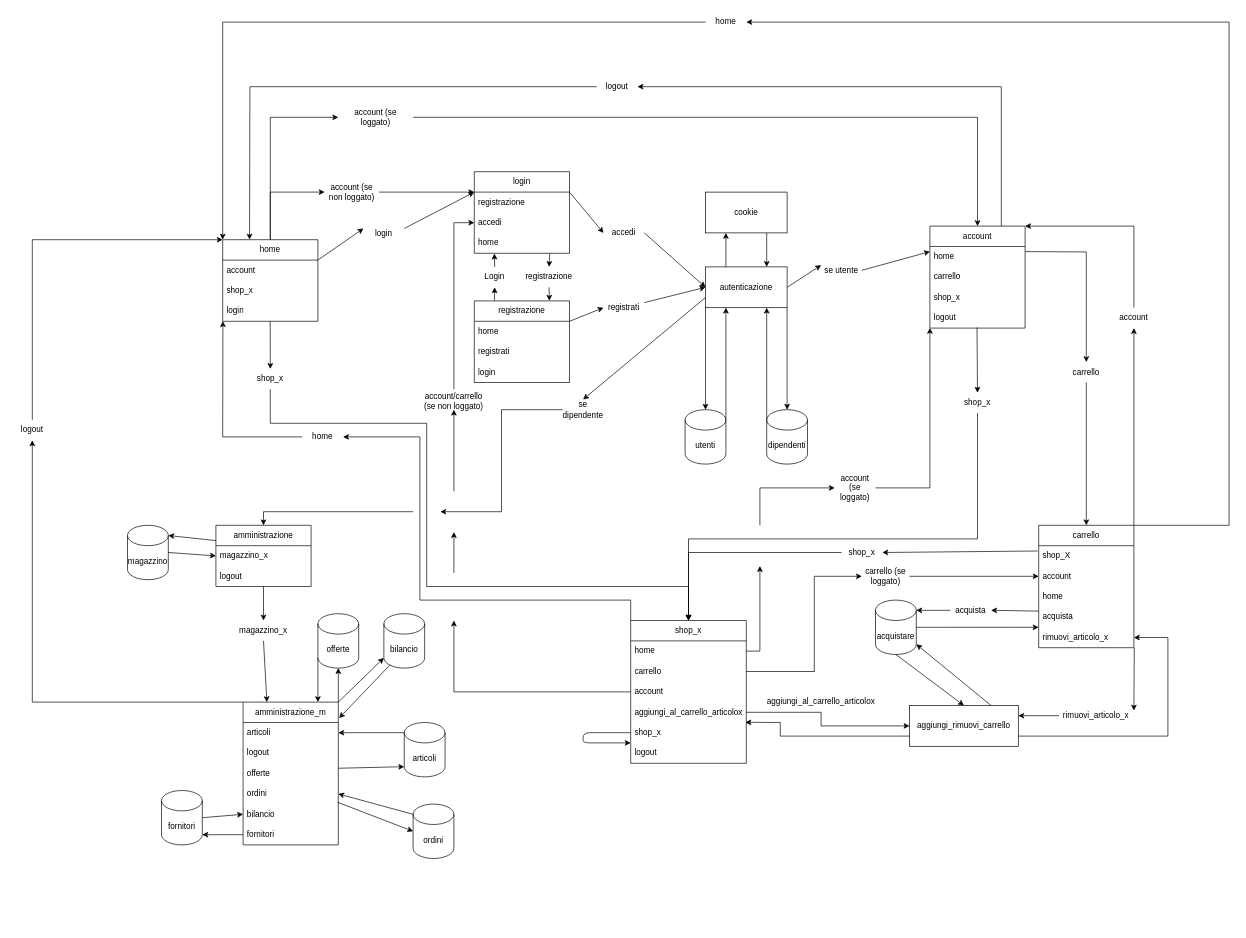
Earlier version of the draw.io diagram Documenti/progettazione_sito.drawio (Bugigio/Negozi-Sportivi). Source tidied: cells renumbered, new cells numbered last; positions are measured from the earlier drawing's top-left corner, leaving out a move shared by most shapes. Both pictures are drawn from the tidied source at 68%, with x=0, y=0 at pixel (12, 12).
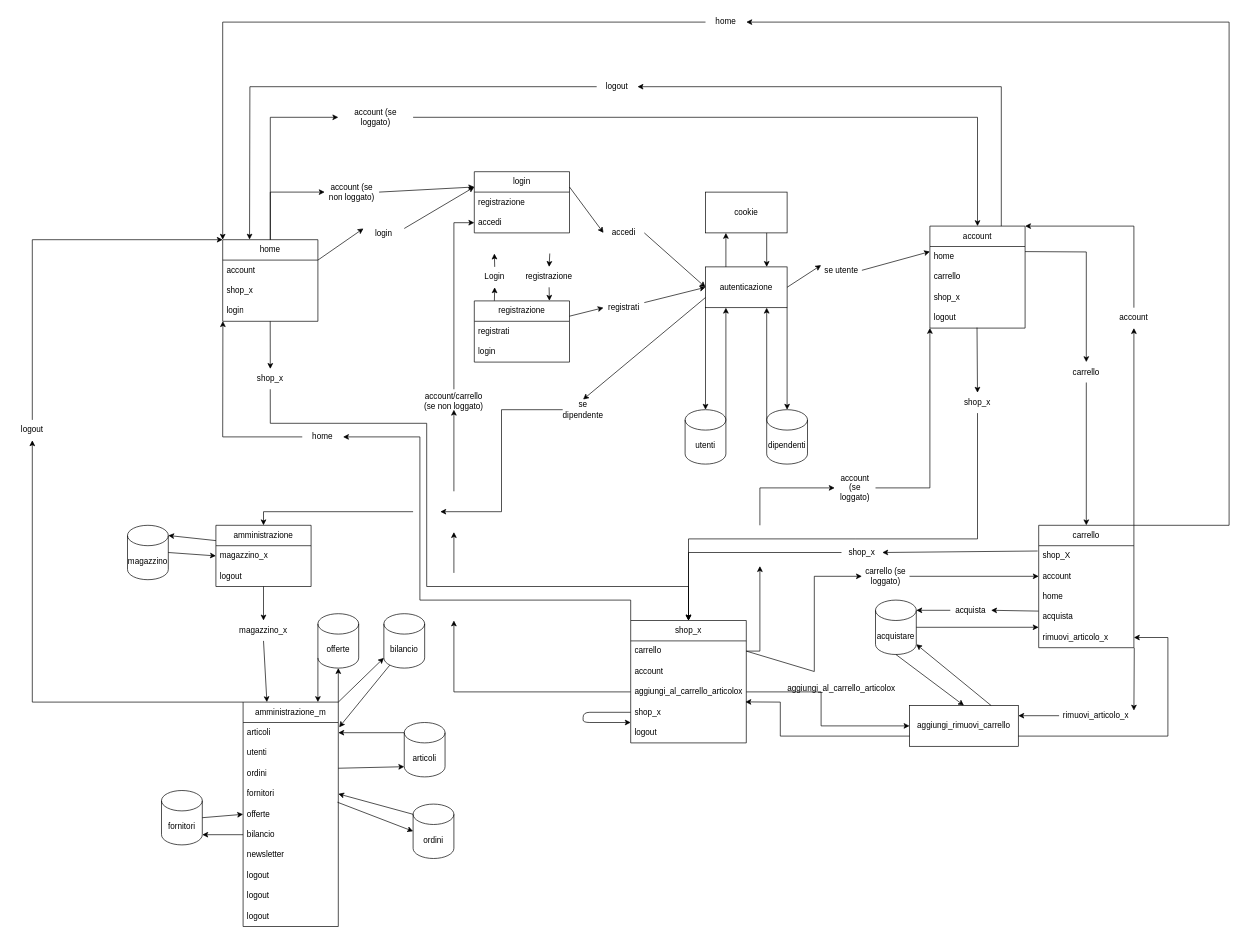
Above is the later version.

Unchanged cells that the change refers to:
```xml
<mxCell id="56" value="registrazione" style="text;html=1;strokeColor=none;fillColor=none;align=center;verticalAlign=middle;whiteSpace=wrap;rounded=0;" parent="1" vertex="1">
  <mxGeometry x="760" y="375" width="60" height="30" as="geometry" />
</mxCell>
<mxCell id="58" value="Login" style="text;html=1;strokeColor=none;fillColor=none;align=center;verticalAlign=middle;whiteSpace=wrap;rounded=0;" parent="1" vertex="1">
  <mxGeometry x="680" y="375" width="60" height="30" as="geometry" />
</mxCell>
<mxCell id="146" value="aggiungi_rimuovi_carrello" style="rounded=0;whiteSpace=wrap;html=1;" parent="1" vertex="1">
  <mxGeometry x="1320" y="1020" width="160" height="60" as="geometry" />
</mxCell>
```

Change to the diagram source:
```diff
@@
     <mxCell id="2" value="shop_x" style="swimlane;fontStyle=0;horizontal=1;startSize=30;whiteSpace=wrap;html=1;" parent="1" vertex="1">
-      <mxGeometry x="910" y="895" width="170" height="210" as="geometry" />
+      <mxGeometry x="910" y="895" width="170" height="180" as="geometry" />
     </mxCell>
-    <mxCell id="3" value="home" style="text;strokeColor=none;fillColor=none;align=left;verticalAlign=middle;spacingLeft=4;spacingRight=4;overflow=hidden;points=[[0,0.5],[1,0.5]];portConstraint=eastwest;whiteSpace=wrap;html=1;" parent="2" vertex="1">
-      <mxGeometry y="30" width="170" height="30" as="geometry" />
-    </mxCell>
     <mxCell id="4" value="carrello" style="text;strokeColor=none;fillColor=none;align=left;verticalAlign=middle;spacingLeft=4;spacingRight=4;overflow=hidden;points=[[0,0.5],[1,0.5]];portConstraint=eastwest;whiteSpace=wrap;html=1;" parent="2" vertex="1">
-      <mxGeometry y="60" width="170" height="30" as="geometry" />
+      <mxGeometry y="30" width="170" height="30" as="geometry" />
     </mxCell>
     <mxCell id="5" value="account" style="text;strokeColor=none;fillColor=none;align=left;verticalAlign=middle;spacingLeft=4;spacingRight=4;overflow=hidden;points=[[0,0.5],[1,0.5]];portConstraint=eastwest;whiteSpace=wrap;html=1;" parent="2" vertex="1">
-      <mxGeometry y="90" width="170" height="30" as="geometry" />
+      <mxGeometry y="60" width="170" height="30" as="geometry" />
     </mxCell>
     <mxCell id="6" value="aggiungi_al_carrello_articolox" style="text;strokeColor=none;fillColor=none;align=left;verticalAlign=middle;spacingLeft=4;spacingRight=4;overflow=hidden;points=[[0,0.5],[1,0.5]];portConstraint=eastwest;whiteSpace=wrap;html=1;" parent="2" vertex="1">
-      <mxGeometry y="120" width="170" height="30" as="geometry" />
+      <mxGeometry y="90" width="170" height="30" as="geometry" />
     </mxCell>
     <mxCell id="7" value="shop_x" style="text;strokeColor=none;fillColor=none;align=left;verticalAlign=middle;spacingLeft=4;spacingRight=4;overflow=hidden;points=[[0,0.5],[1,0.5]];portConstraint=eastwest;whiteSpace=wrap;html=1;" parent="2" vertex="1">
-      <mxGeometry y="150" width="170" height="30" as="geometry" />
+      <mxGeometry y="120" width="170" height="30" as="geometry" />
     </mxCell>
     <mxCell id="8" style="endArrow=classic;html=1;exitX=0;exitY=0.5;exitDx=0;exitDy=0;entryX=0;entryY=1;entryDx=0;entryDy=0;entryPerimeter=0;" parent="2" edge="1" source="7" target="7">
       <mxGeometry relative="1" as="geometry">
         <Array as="points">
-          <mxPoint x="-70" y="165" />
-          <mxPoint x="-70" y="180" />
+          <mxPoint x="-70" y="135" />
+          <mxPoint x="-70" y="150" />
         </Array>
       </mxGeometry>
     </mxCell>
     <mxCell id="9" value="logout" style="text;strokeColor=none;fillColor=none;align=left;verticalAlign=middle;spacingLeft=4;spacingRight=4;overflow=hidden;whiteSpace=wrap;html=1;" parent="2" vertex="1">
-      <mxGeometry y="180" width="170" height="30" as="geometry" />
+      <mxGeometry y="150" width="170" height="30" as="geometry" />
     </mxCell>
@@
     <mxCell id="14" value="login" style="swimlane;fontStyle=0;horizontal=1;startSize=30;whiteSpace=wrap;html=1;" parent="1" vertex="1">
-      <mxGeometry x="680" y="235" width="140" height="120" as="geometry" />
+      <mxGeometry x="680" y="235" width="140" height="90" as="geometry" />
     </mxCell>
@@
-    <mxCell id="17" value="home" style="text;strokeColor=none;fillColor=none;align=left;verticalAlign=middle;spacingLeft=4;spacingRight=4;overflow=hidden;points=[[0,0.5],[1,0.5]];portConstraint=eastwest;whiteSpace=wrap;html=1;" parent="14" vertex="1">
-      <mxGeometry y="90" width="140" height="30" as="geometry" />
-    </mxCell>
@@
     <mxCell id="30" value="registrazione" style="swimlane;fontStyle=0;horizontal=1;startSize=30;whiteSpace=wrap;html=1;" parent="1" vertex="1">
-      <mxGeometry x="680" y="425" width="140" height="120" as="geometry" />
+      <mxGeometry x="680" y="425" width="140" height="90" as="geometry" />
     </mxCell>
-    <mxCell id="31" value="home" style="text;strokeColor=none;fillColor=none;align=left;verticalAlign=middle;spacingLeft=4;spacingRight=4;overflow=hidden;whiteSpace=wrap;html=1;" parent="30" vertex="1">
-      <mxGeometry y="30" width="140" height="30" as="geometry" />
-    </mxCell>
     <mxCell id="32" value="registrati" style="text;strokeColor=none;fillColor=none;align=left;verticalAlign=middle;spacingLeft=4;spacingRight=4;overflow=hidden;whiteSpace=wrap;html=1;" parent="30" vertex="1">
-      <mxGeometry y="60" width="140" height="30" as="geometry" />
+      <mxGeometry y="30" width="140" height="30" as="geometry" />
     </mxCell>
     <mxCell id="33" value="login" style="text;strokeColor=none;fillColor=none;align=left;verticalAlign=middle;spacingLeft=4;spacingRight=4;overflow=hidden;whiteSpace=wrap;html=1;" parent="30" vertex="1">
-      <mxGeometry y="90" width="140" height="30" as="geometry" />
+      <mxGeometry y="60" width="140" height="30" as="geometry" />
     </mxCell>
@@
     <mxCell id="40" value="amministrazione_m" style="swimlane;fontStyle=0;horizontal=1;startSize=30;whiteSpace=wrap;html=1;" parent="1" vertex="1">
-      <mxGeometry x="340" y="1015" width="140" height="210" as="geometry" />
+      <mxGeometry x="340" y="1015" width="140" height="330" as="geometry" />
     </mxCell>
@@
-    <mxCell id="42" value="logout" style="text;strokeColor=none;fillColor=none;align=left;verticalAlign=middle;spacingLeft=4;spacingRight=4;overflow=hidden;whiteSpace=wrap;html=1;" parent="40" vertex="1">
+    <mxCell id="42" value="utenti" style="text;strokeColor=none;fillColor=none;align=left;verticalAlign=middle;spacingLeft=4;spacingRight=4;overflow=hidden;whiteSpace=wrap;html=1;" parent="40" vertex="1">
       <mxGeometry y="60" width="140" height="30" as="geometry" />
     </mxCell>
-    <mxCell id="43" value="offerte" style="text;strokeColor=none;fillColor=none;align=left;verticalAlign=middle;spacingLeft=4;spacingRight=4;overflow=hidden;points=[[0,0.5],[1,0.5]];portConstraint=eastwest;whiteSpace=wrap;html=1;" parent="40" vertex="1">
+    <mxCell id="43" value="ordini" style="text;strokeColor=none;fillColor=none;align=left;verticalAlign=middle;spacingLeft=4;spacingRight=4;overflow=hidden;points=[[0,0.5],[1,0.5]];portConstraint=eastwest;whiteSpace=wrap;html=1;" parent="40" vertex="1">
       <mxGeometry y="90" width="140" height="30" as="geometry" />
     </mxCell>
-    <mxCell id="44" value="ordini" style="text;strokeColor=none;fillColor=none;align=left;verticalAlign=middle;spacingLeft=4;spacingRight=4;overflow=hidden;points=[[0,0.5],[1,0.5]];portConstraint=eastwest;whiteSpace=wrap;html=1;" parent="40" vertex="1">
+    <mxCell id="44" value="fornitori" style="text;strokeColor=none;fillColor=none;align=left;verticalAlign=middle;spacingLeft=4;spacingRight=4;overflow=hidden;points=[[0,0.5],[1,0.5]];portConstraint=eastwest;whiteSpace=wrap;html=1;" parent="40" vertex="1">
       <mxGeometry y="120" width="140" height="30" as="geometry" />
     </mxCell>
-    <mxCell id="45" value="bilancio" style="text;strokeColor=none;fillColor=none;align=left;verticalAlign=middle;spacingLeft=4;spacingRight=4;overflow=hidden;points=[[0,0.5],[1,0.5]];portConstraint=eastwest;whiteSpace=wrap;html=1;" parent="40" vertex="1">
+    <mxCell id="45" value="offerte" style="text;strokeColor=none;fillColor=none;align=left;verticalAlign=middle;spacingLeft=4;spacingRight=4;overflow=hidden;points=[[0,0.5],[1,0.5]];portConstraint=eastwest;whiteSpace=wrap;html=1;" parent="40" vertex="1">
       <mxGeometry y="150" width="140" height="30" as="geometry" />
     </mxCell>
-    <mxCell id="46" value="fornitori" style="text;strokeColor=none;fillColor=none;align=left;verticalAlign=middle;spacingLeft=4;spacingRight=4;overflow=hidden;points=[[0,0.5],[1,0.5]];portConstraint=eastwest;whiteSpace=wrap;html=1;" parent="40" vertex="1">
+    <mxCell id="46" value="bilancio" style="text;strokeColor=none;fillColor=none;align=left;verticalAlign=middle;spacingLeft=4;spacingRight=4;overflow=hidden;points=[[0,0.5],[1,0.5]];portConstraint=eastwest;whiteSpace=wrap;html=1;" parent="40" vertex="1">
       <mxGeometry y="180" width="140" height="30" as="geometry" />
     </mxCell>
+    <mxCell id="156" value="newsletter" style="text;strokeColor=none;fillColor=none;align=left;verticalAlign=middle;spacingLeft=4;spacingRight=4;overflow=hidden;whiteSpace=wrap;html=1;" parent="40" vertex="1">
+      <mxGeometry y="210" width="140" height="30" as="geometry" />
+    </mxCell>
+    <mxCell id="157" value="logout" style="text;strokeColor=none;fillColor=none;align=left;verticalAlign=middle;spacingLeft=4;spacingRight=4;overflow=hidden;whiteSpace=wrap;html=1;" parent="40" vertex="1">
+      <mxGeometry y="240" width="140" height="30" as="geometry" />
+    </mxCell>
+    <mxCell id="158" value="logout" style="text;strokeColor=none;fillColor=none;align=left;verticalAlign=middle;spacingLeft=4;spacingRight=4;overflow=hidden;whiteSpace=wrap;html=1;" parent="40" vertex="1">
+      <mxGeometry y="270" width="140" height="30" as="geometry" />
+    </mxCell>
+    <mxCell id="159" value="logout" style="text;strokeColor=none;fillColor=none;align=left;verticalAlign=middle;spacingLeft=4;spacingRight=4;overflow=hidden;whiteSpace=wrap;html=1;" parent="40" vertex="1">
+      <mxGeometry y="300" width="140" height="30" as="geometry" />
+    </mxCell>
@@
-    <mxCell id="60" style="endArrow=classic;html=1;rounded=0;entryX=0.211;entryY=1.014;entryDx=0;entryDy=0;entryPerimeter=0;exitX=0.5;exitY=0;exitDx=0;exitDy=0;" parent="1" edge="1" source="58" target="17">
-      <mxGeometry relative="1" as="geometry" />
+    <mxCell id="60" style="endArrow=classic;html=1;rounded=0;entryX=0.211;entryY=1.014;entryDx=0;entryDy=0;entryPerimeter=0;exitX=0.5;exitY=0;exitDx=0;exitDy=0;" parent="1" edge="1" source="58">
+      <mxGeometry relative="1" as="geometry">
+        <mxPoint x="709.5" y="355.4" as="targetPoint" />
+      </mxGeometry>
     </mxCell>
-    <mxCell id="61" style="endArrow=classic;html=1;rounded=0;entryX=0.5;entryY=0;entryDx=0;entryDy=0;exitX=0.793;exitY=1.011;exitDx=0;exitDy=0;exitPerimeter=0;" parent="1" edge="1" source="17" target="56">
-      <mxGeometry relative="1" as="geometry" />
+    <mxCell id="61" style="endArrow=classic;html=1;rounded=0;entryX=0.5;entryY=0;entryDx=0;entryDy=0;exitX=0.793;exitY=1.011;exitDx=0;exitDy=0;exitPerimeter=0;" parent="1" edge="1" target="56">
+      <mxGeometry relative="1" as="geometry">
+        <mxPoint x="791" y="355.3" as="sourcePoint" />
+      </mxGeometry>
     </mxCell>
@@
-    <mxCell id="133" style="endArrow=classic;html=1;rounded=0;exitX=1;exitY=0.5;exitDx=0;exitDy=0;" parent="1" edge="1" source="3">
+    <mxCell id="133" style="endArrow=classic;html=1;rounded=0;exitX=1;exitY=0.5;exitDx=0;exitDy=0;" parent="1" edge="1">
       <mxGeometry relative="1" as="geometry">
+        <mxPoint x="1080" y="940" as="sourcePoint" />
         <mxPoint x="1100" y="815" as="targetPoint" />
         <Array as="points">
           <mxPoint x="1100" y="940" />
         </Array>
       </mxGeometry>
     </mxCell>
@@
-    <mxCell id="135" style="endArrow=classic;html=1;rounded=0;exitX=0;exitY=0.5;exitDx=0;exitDy=0;" parent="1" edge="1" source="5">
+    <mxCell id="135" style="endArrow=classic;html=1;rounded=0;exitX=0;exitY=0.5;exitDx=0;exitDy=0;" parent="1" edge="1" source="6">
       <mxGeometry relative="1" as="geometry">
         <mxPoint x="650" y="895" as="targetPoint" />
         <Array as="points">
           <mxPoint x="650" y="1000" />
         </Array>
       </mxGeometry>
     </mxCell>
@@
     <mxCell id="147" style="endArrow=classic;html=1;rounded=0;entryX=0;entryY=0.5;entryDx=0;entryDy=0;exitX=1;exitY=0.5;exitDx=0;exitDy=0;" parent="1" edge="1" source="6" target="146">
       <mxGeometry relative="1" as="geometry">
         <Array as="points">
-          <mxPoint x="1190" y="1030" />
+          <mxPoint x="1190" y="1000" />
           <mxPoint x="1190" y="1050" />
         </Array>
       </mxGeometry>
     </mxCell>
     <mxCell id="148" style="endArrow=classic;html=1;rounded=0;entryX=0.992;entryY=0.991;entryDx=0;entryDy=0;entryPerimeter=0;exitX=0;exitY=0.75;exitDx=0;exitDy=0;" parent="1" edge="1" source="146" target="6">
       <mxGeometry relative="1" as="geometry">
         <Array as="points">
           <mxPoint x="1130" y="1065" />
-          <mxPoint x="1130" y="1045" />
+          <mxPoint x="1130" y="1015" />
         </Array>
       </mxGeometry>
     </mxCell>
     <mxCell id="149" value="aggiungi_al_carrello_articolox" style="text;html=1;strokeColor=none;fillColor=none;align=center;verticalAlign=middle;whiteSpace=wrap;rounded=0;" parent="1" vertex="1">
-      <mxGeometry x="1160" y="1000" width="60" height="30" as="geometry" />
+      <mxGeometry x="1190" y="980" width="60" height="30" as="geometry" />
     </mxCell>
```
